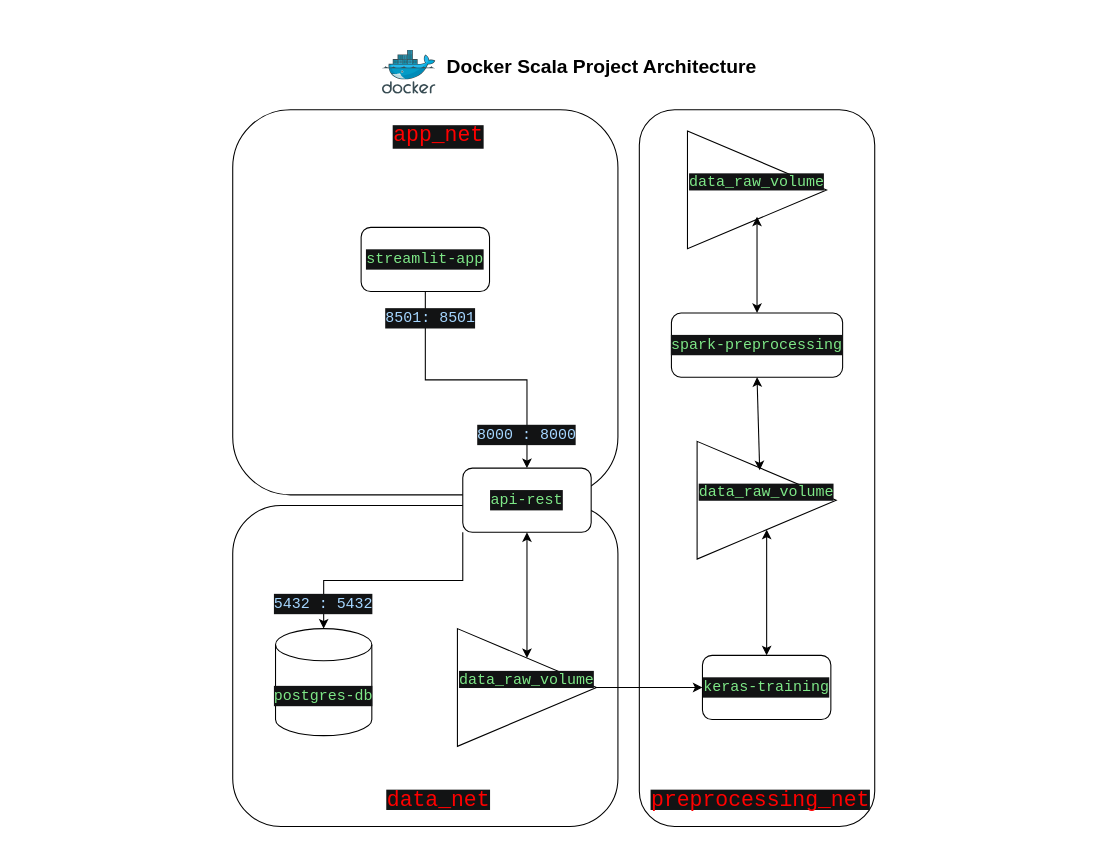
This is archi.drawio from Anis-adjaoud/docker-scala-project, a draw.io file, before an edit. Source tidied: cells renumbered, new cells numbered last; positions are measured from the earlier drawing's top-left corner, leaving out a move shared by most shapes. Both pictures are drawn from the tidied source at 107%, with x=0, y=0 at pixel (232, 49).
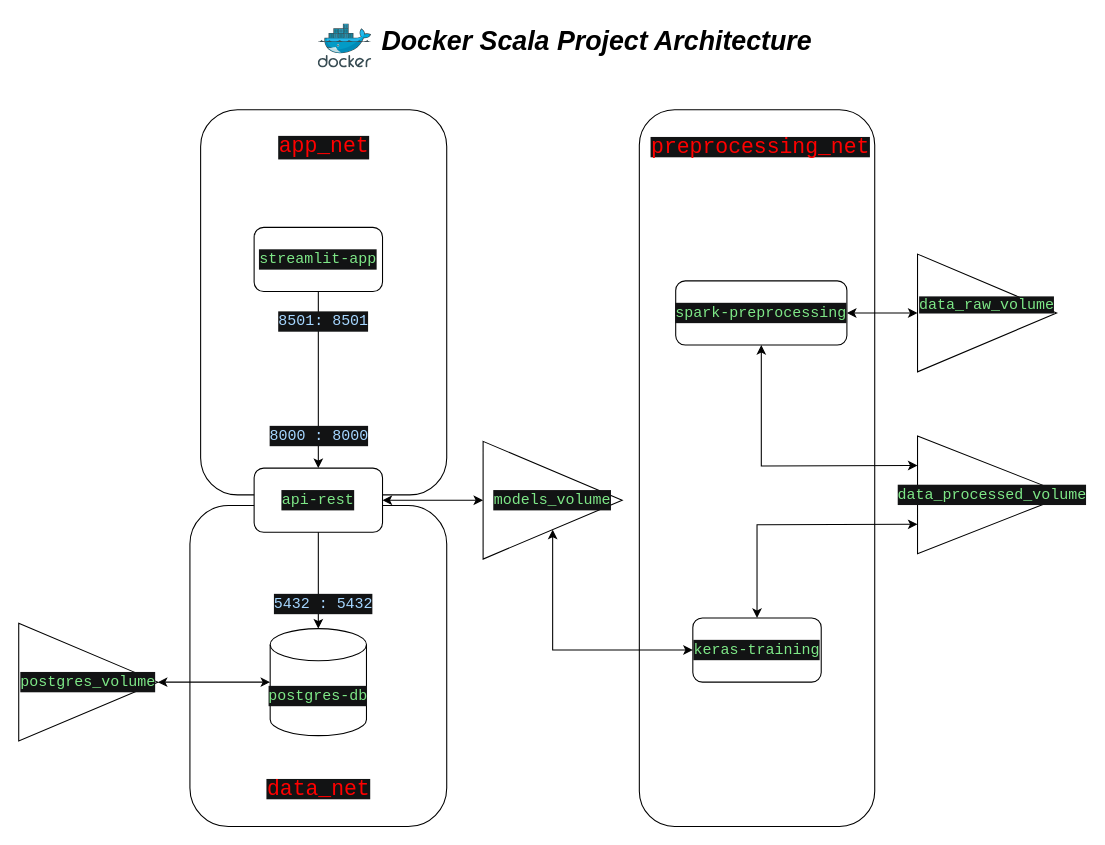
After the change.

What changed in the source:
```diff
@@
     <mxCell id="2" style="rounded=1;whiteSpace=wrap;html=1;" parent="1" vertex="1">
-      <mxGeometry y="426" width="360" height="300" as="geometry" />
+      <mxGeometry x="-40" y="426" width="240" height="300" as="geometry" />
     </mxCell>
     <mxCell id="3" style="rounded=1;whiteSpace=wrap;html=1;" parent="1" vertex="1">
-      <mxGeometry y="56" width="360" height="360" as="geometry" />
+      <mxGeometry x="-30" y="56" width="230" height="360" as="geometry" />
     </mxCell>
@@
     <mxCell id="5" value="&lt;div style=&quot;color: rgb(187, 190, 191); background-color: rgb(18, 19, 20); font-family: Consolas, &amp;quot;Courier New&amp;quot;, monospace; font-size: 14px; line-height: 19px; white-space: pre;&quot;&gt;&lt;span style=&quot;color: #7ee787;&quot;&gt;keras-training&lt;/span&gt;&lt;/div&gt;" style="rounded=1;whiteSpace=wrap;html=1;" parent="1" vertex="1">
-      <mxGeometry x="439" y="566" width="120" height="60" as="geometry" />
+      <mxGeometry x="430" y="531" width="120" height="60" as="geometry" />
     </mxCell>
     <mxCell id="6" style="image;sketch=0;html=1;align=center;fontSize=12;image=img/lib/mscae/Docker.svg;" parent="1" vertex="1">
-      <mxGeometry x="140" y="0.5" width="50" height="41" as="geometry" />
+      <mxGeometry x="80" y="-24" width="50" height="41" as="geometry" />
     </mxCell>
@@
     <mxCell id="8" value="&lt;div style=&quot;color: rgb(187, 190, 191); background-color: rgb(18, 19, 20); font-family: Consolas, &amp;quot;Courier New&amp;quot;, monospace; font-size: 14px; line-height: 19px; white-space: pre;&quot;&gt;&lt;span style=&quot;color: #7ee787;&quot;&gt;streamlit-app&lt;/span&gt;&lt;/div&gt;" style="rounded=1;whiteSpace=wrap;html=1;" parent="1" vertex="1">
-      <mxGeometry x="120" y="166" width="120" height="60" as="geometry" />
+      <mxGeometry x="20" y="166" width="120" height="60" as="geometry" />
     </mxCell>
     <mxCell id="9" value="&lt;div style=&quot;color: rgb(187, 190, 191); background-color: rgb(18, 19, 20); font-family: Consolas, &amp;quot;Courier New&amp;quot;, monospace; font-size: 14px; line-height: 19px; white-space: pre;&quot;&gt;&lt;span style=&quot;color: #7ee787;&quot;&gt;api-rest&lt;/span&gt;&lt;/div&gt;" style="rounded=1;whiteSpace=wrap;html=1;" parent="1" vertex="1">
-      <mxGeometry x="215" y="391" width="120" height="60" as="geometry" />
+      <mxGeometry x="20" y="391" width="120" height="60" as="geometry" />
     </mxCell>
     <mxCell id="10" value="&lt;div style=&quot;color: rgb(187, 190, 191); background-color: rgb(18, 19, 20); font-family: Consolas, &amp;quot;Courier New&amp;quot;, monospace; font-size: 14px; line-height: 19px; white-space: pre;&quot;&gt;&lt;div style=&quot;line-height: 19px;&quot;&gt;&lt;span style=&quot;color: #7ee787;&quot;&gt;spark-preprocessing&lt;/span&gt;&lt;/div&gt;&lt;/div&gt;" style="rounded=1;whiteSpace=wrap;html=1;" parent="1" vertex="1">
-      <mxGeometry x="410" y="246" width="160" height="60" as="geometry" />
+      <mxGeometry x="414" y="216" width="160" height="60" as="geometry" />
     </mxCell>
     <mxCell id="11" value="&lt;div style=&quot;color: rgb(187, 190, 191); background-color: rgb(18, 19, 20); font-family: Consolas, &amp;quot;Courier New&amp;quot;, monospace; font-size: 14px; line-height: 19px; white-space: pre;&quot;&gt;&lt;span style=&quot;color: #7ee787;&quot;&gt;postgres-db&lt;/span&gt;&lt;/div&gt;" style="shape=cylinder3;whiteSpace=wrap;html=1;boundedLbl=1;backgroundOutline=1;size=15;" parent="1" vertex="1">
-      <mxGeometry x="40" y="541" width="90" height="100" as="geometry" />
+      <mxGeometry x="35" y="541" width="90" height="100" as="geometry" />
     </mxCell>
-    <mxCell id="12" value="Docker Scala Project Architecture" style="text;html=1;whiteSpace=wrap;strokeColor=none;fillColor=none;align=center;verticalAlign=middle;rounded=0;strokeWidth=2;fontStyle=1;fontSize=18;" parent="1" vertex="1">
-      <mxGeometry x="180" y="0.5" width="330" height="30" as="geometry" />
+    <mxCell id="12" value="&lt;font style=&quot;font-size: 25px;&quot;&gt;Docker Scala Project Architecture&lt;/font&gt;" style="text;html=1;whiteSpace=wrap;strokeColor=none;fillColor=none;align=center;verticalAlign=middle;rounded=0;strokeWidth=2;fontStyle=3;fontSize=18;" parent="1" vertex="1">
+      <mxGeometry x="109" y="-29" width="462.5" height="40" as="geometry" />
     </mxCell>
     <mxCell id="13" value="&#10;&lt;span style=&quot;color: rgb(126, 231, 135); font-family: Consolas, &amp;quot;Courier New&amp;quot;, monospace; font-size: 14px; font-style: normal; font-variant-ligatures: normal; font-variant-caps: normal; font-weight: 400; letter-spacing: normal; orphans: 2; text-align: center; text-indent: 0px; text-transform: none; widows: 2; word-spacing: 0px; -webkit-text-stroke-width: 0px; white-space: pre; background-color: rgb(18, 19, 20); text-decoration-thickness: initial; text-decoration-style: initial; text-decoration-color: initial; display: inline !important; float: none;&quot;&gt;data_raw_volume&lt;/span&gt;&#10;&#10;" style="triangle;whiteSpace=wrap;html=1;rotation=0;" parent="1" vertex="1">
-      <mxGeometry x="425" y="76" width="130" height="110" as="geometry" />
+      <mxGeometry x="640" y="191" width="130" height="110" as="geometry" />
     </mxCell>
-    <mxCell id="14" value="&#10;&lt;span style=&quot;color: rgb(126, 231, 135); font-family: Consolas, &amp;quot;Courier New&amp;quot;, monospace; font-size: 14px; font-style: normal; font-variant-ligatures: normal; font-variant-caps: normal; font-weight: 400; letter-spacing: normal; orphans: 2; text-align: center; text-indent: 0px; text-transform: none; widows: 2; word-spacing: 0px; -webkit-text-stroke-width: 0px; white-space: pre; background-color: rgb(18, 19, 20); text-decoration-thickness: initial; text-decoration-style: initial; text-decoration-color: initial; display: inline !important; float: none;&quot;&gt;data_raw_volume&lt;/span&gt;&#10;&#10;" style="triangle;whiteSpace=wrap;html=1;rotation=0;" parent="1" vertex="1">
-      <mxGeometry x="434" y="366" width="130" height="110" as="geometry" />
+    <mxCell id="14" value="&lt;div style=&quot;color: rgb(187, 190, 191); background-color: rgb(18, 19, 20); font-family: Consolas, &amp;quot;Courier New&amp;quot;, monospace; font-size: 14px; line-height: 19px; white-space: pre;&quot;&gt;&lt;span style=&quot;color: #7ee787;&quot;&gt;data_processed_volume&lt;/span&gt;&lt;/div&gt;" style="triangle;whiteSpace=wrap;html=1;rotation=0;" parent="1" vertex="1">
+      <mxGeometry x="640" y="361" width="140" height="110" as="geometry" />
     </mxCell>
-    <mxCell id="15" style="edgeStyle=orthogonalEdgeStyle;rounded=0;jettySize=auto;html=1;" parent="1" edge="1" source="16" target="5">
-      <mxGeometry relative="1" as="geometry" />
-    </mxCell>
-    <mxCell id="16" value="&#10;&lt;span style=&quot;color: rgb(126, 231, 135); font-family: Consolas, &amp;quot;Courier New&amp;quot;, monospace; font-size: 14px; font-style: normal; font-variant-ligatures: normal; font-variant-caps: normal; font-weight: 400; letter-spacing: normal; orphans: 2; text-align: center; text-indent: 0px; text-transform: none; widows: 2; word-spacing: 0px; -webkit-text-stroke-width: 0px; white-space: pre; background-color: rgb(18, 19, 20); text-decoration-thickness: initial; text-decoration-style: initial; text-decoration-color: initial; display: inline !important; float: none;&quot;&gt;data_raw_volume&lt;/span&gt;&#10;&#10;" style="triangle;whiteSpace=wrap;html=1;rotation=0;" parent="1" vertex="1">
-      <mxGeometry x="210" y="541" width="130" height="110" as="geometry" />
+    <mxCell id="16" value="&lt;div style=&quot;color: rgb(187, 190, 191); background-color: rgb(18, 19, 20); font-family: Consolas, &amp;quot;Courier New&amp;quot;, monospace; font-size: 14px; line-height: 19px; white-space: pre;&quot;&gt;&lt;span style=&quot;color: #7ee787;&quot;&gt;models_volume&lt;/span&gt;&lt;/div&gt;" style="triangle;whiteSpace=wrap;html=1;rotation=0;" parent="1" vertex="1">
+      <mxGeometry x="234" y="366" width="130" height="110" as="geometry" />
     </mxCell>
-    <mxCell id="17" style="endArrow=classic;startArrow=classic;html=1;rounded=0;entryX=0.5;entryY=1;entryDx=0;entryDy=0;exitX=0.5;exitY=0;exitDx=0;exitDy=0;" parent="1" edge="1" source="16" target="9">
-      <mxGeometry relative="1" as="geometry" />
-    </mxCell>
-    <mxCell id="18" style="endArrow=classic;startArrow=classic;html=1;rounded=0;" parent="1" edge="1">
-      <mxGeometry relative="1" as="geometry">
-        <mxPoint x="490" y="246" as="sourcePoint" />
-        <mxPoint x="490" y="156" as="targetPoint" />
-      </mxGeometry>
-    </mxCell>
-    <mxCell id="19" style="endArrow=classic;startArrow=classic;html=1;rounded=0;exitX=0.45;exitY=0.245;exitDx=0;exitDy=0;exitPerimeter=0;entryX=0.5;entryY=1;entryDx=0;entryDy=0;" parent="1" edge="1" source="14" target="10">
-      <mxGeometry relative="1" as="geometry" />
-    </mxCell>
-    <mxCell id="20" style="endArrow=classic;startArrow=classic;html=1;rounded=0;entryX=0.5;entryY=1;entryDx=0;entryDy=0;" parent="1" edge="1" target="14">
-      <mxGeometry relative="1" as="geometry">
-        <mxPoint x="499" y="566" as="sourcePoint" />
-      </mxGeometry>
-    </mxCell>
     <mxCell id="21" value="&lt;div style=&quot;background-color: rgb(18, 19, 20); font-family: Consolas, &amp;quot;Courier New&amp;quot;, monospace; line-height: 19px; white-space: pre;&quot;&gt;&lt;div style=&quot;line-height: 19px;&quot;&gt;&lt;span&gt;&lt;font style=&quot;color: rgb(255, 0, 0);&quot;&gt;data_net&lt;/font&gt;&lt;/span&gt;&lt;/div&gt;&lt;/div&gt;" style="text;html=1;whiteSpace=wrap;strokeColor=none;fillColor=none;align=center;verticalAlign=middle;rounded=0;fontSize=20;" parent="1" vertex="1">
-      <mxGeometry x="100" y="676" width="185" height="50" as="geometry" />
+      <mxGeometry x="-12.5" y="666" width="185" height="50" as="geometry" />
     </mxCell>
     <mxCell id="22" value="&lt;div style=&quot;background-color: rgb(18, 19, 20); font-family: Consolas, &amp;quot;Courier New&amp;quot;, monospace; line-height: 19px; white-space: pre;&quot;&gt;&lt;span&gt;&lt;font style=&quot;color: rgb(255, 0, 0);&quot;&gt;preprocessing_net&lt;/font&gt;&lt;/span&gt;&lt;/div&gt;" style="text;html=1;whiteSpace=wrap;strokeColor=none;fillColor=none;align=center;verticalAlign=middle;rounded=0;fontSize=20;" parent="1" vertex="1">
-      <mxGeometry x="401" y="676" width="185" height="50" as="geometry" />
+      <mxGeometry x="401" y="66" width="185" height="50" as="geometry" />
     </mxCell>
     <mxCell id="23" value="&lt;div style=&quot;background-color: rgb(18, 19, 20); font-family: Consolas, &amp;quot;Courier New&amp;quot;, monospace; line-height: 19px; white-space: pre;&quot;&gt;&lt;div style=&quot;line-height: 19px;&quot;&gt;&lt;font style=&quot;color: rgb(255, 0, 0); font-size: 20px;&quot;&gt;app_net&lt;/font&gt;&lt;/div&gt;&lt;/div&gt;" style="text;html=1;whiteSpace=wrap;strokeColor=none;fillColor=none;align=center;verticalAlign=middle;rounded=0;" parent="1" vertex="1">
-      <mxGeometry x="100" y="56" width="185" height="50" as="geometry" />
+      <mxGeometry x="-7.5" y="66" width="185" height="50" as="geometry" />
     </mxCell>
-    <mxCell id="24" style="edgeStyle=orthogonalEdgeStyle;rounded=0;jettySize=auto;html=1;exitX=0;exitY=1;exitDx=0;exitDy=0;entryX=0.5;entryY=0;entryDx=0;entryDy=0;entryPerimeter=0;" parent="1" edge="1" source="9" target="11">
+    <mxCell id="24" style="edgeStyle=orthogonalEdgeStyle;rounded=0;jettySize=auto;html=1;exitX=0.5;exitY=1;exitDx=0;exitDy=0;entryX=0.5;entryY=0;entryDx=0;entryDy=0;entryPerimeter=0;" parent="1" edge="1" source="9" target="11">
       <mxGeometry relative="1" as="geometry" />
     </mxCell>
@@
     <mxCell id="26" value="&lt;div style=&quot;color: rgb(187, 190, 191); background-color: rgb(18, 19, 20); font-family: Consolas, &amp;quot;Courier New&amp;quot;, monospace; font-size: 14px; line-height: 19px; white-space: pre;&quot;&gt;&lt;span style=&quot;color: #a5d6ff;&quot;&gt;8501: 8501&lt;/span&gt;&lt;/div&gt;" style="text;html=1;whiteSpace=wrap;strokeColor=none;fillColor=none;align=center;verticalAlign=middle;rounded=0;" parent="1" vertex="1">
-      <mxGeometry x="155" y="236" width="60" height="30" as="geometry" />
+      <mxGeometry x="55" y="239" width="60" height="30" as="geometry" />
     </mxCell>
     <mxCell id="27" value="&lt;div style=&quot;background-color: rgb(18, 19, 20); font-family: Consolas, &amp;quot;Courier New&amp;quot;, monospace; font-size: 14px; line-height: 19px; white-space: pre; color: rgb(187, 190, 191);&quot;&gt;&lt;font color=&quot;#a5d6ff&quot;&gt;8000 : 8000&lt;/font&gt;&lt;/div&gt;" style="text;html=1;whiteSpace=wrap;strokeColor=none;fillColor=none;align=center;verticalAlign=middle;rounded=0;" parent="1" vertex="1">
-      <mxGeometry x="245" y="345" width="60" height="30" as="geometry" />
+      <mxGeometry x="51" y="346" width="60" height="30" as="geometry" />
     </mxCell>
+    <mxCell id="28" value="&lt;div style=&quot;color: rgb(187, 190, 191); background-color: rgb(18, 19, 20); font-family: Consolas, &amp;quot;Courier New&amp;quot;, monospace; font-size: 14px; line-height: 19px; white-space: pre;&quot;&gt;&lt;span style=&quot;color: #7ee787;&quot;&gt;postgres_volume&lt;/span&gt;&lt;/div&gt;" style="triangle;whiteSpace=wrap;html=1;rotation=0;" parent="1" vertex="1">
+      <mxGeometry x="-200" y="536" width="130" height="110" as="geometry" />
+    </mxCell>
+    <mxCell id="29" style="endArrow=classic;startArrow=classic;html=1;rounded=0;entryX=1;entryY=0.5;entryDx=0;entryDy=0;exitX=0;exitY=0.5;exitDx=0;exitDy=0;exitPerimeter=0;" parent="1" edge="1" source="11" target="28">
+      <mxGeometry relative="1" as="geometry" />
+    </mxCell>
+    <mxCell id="30" style="endArrow=classic;startArrow=classic;html=1;rounded=0;exitX=1;exitY=0.5;exitDx=0;exitDy=0;entryX=0;entryY=0.5;entryDx=0;entryDy=0;" parent="1" edge="1" source="10" target="13">
+      <mxGeometry relative="1" as="geometry" />
+    </mxCell>
+    <mxCell id="31" style="endArrow=classic;startArrow=classic;html=1;rounded=0;exitX=0.5;exitY=0;exitDx=0;exitDy=0;entryX=0;entryY=0.75;entryDx=0;entryDy=0;" parent="1" edge="1" source="5" target="14">
+      <mxGeometry relative="1" as="geometry">
+        <Array as="points">
+          <mxPoint x="490" y="444" />
+        </Array>
+      </mxGeometry>
+    </mxCell>
+    <mxCell id="15" style="endArrow=classic;startArrow=classic;html=1;rounded=0;exitX=0.5;exitY=1;exitDx=0;exitDy=0;entryX=0;entryY=0.5;entryDx=0;entryDy=0;" parent="1" edge="1" source="16" target="5">
+      <mxGeometry relative="1" as="geometry">
+        <Array as="points">
+          <mxPoint x="299" y="561" />
+        </Array>
+      </mxGeometry>
+    </mxCell>
+    <mxCell id="32" style="endArrow=classic;startArrow=classic;html=1;rounded=0;exitX=1;exitY=0.5;exitDx=0;exitDy=0;entryX=0;entryY=0.5;entryDx=0;entryDy=0;" parent="1" edge="1" source="9" target="16">
+      <mxGeometry relative="1" as="geometry" />
+    </mxCell>
+    <mxCell id="19" style="endArrow=classic;startArrow=classic;html=1;rounded=0;entryX=0.5;entryY=1;entryDx=0;entryDy=0;exitX=0;exitY=0.25;exitDx=0;exitDy=0;" parent="1" edge="1" source="14" target="10">
+      <mxGeometry relative="1" as="geometry">
+        <Array as="points">
+          <mxPoint x="494" y="389" />
+        </Array>
+      </mxGeometry>
+    </mxCell>
```
